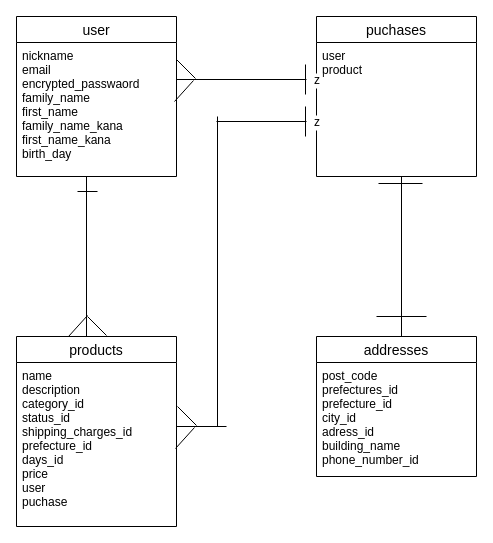
Before: firima.dio in Kawase-Ryo/furima-38243, a draw.io diagram. Source tidied: cells renumbered, new cells numbered last; positions are measured from the earlier drawing's top-left corner, leaving out a move shared by most shapes. Both pictures are drawn from the tidied source at 100%, with x=0, y=0 at pixel (16, 16).
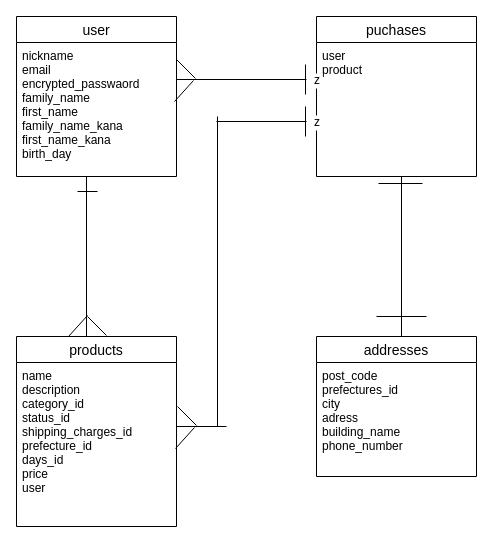
The same page after the edit.

Commit message (it also covers changes not shown here):
データベース設計-17

The change refers to these unchanged cells:
```xml
<mxCell id="6" value="products" style="swimlane;fontStyle=0;horizontal=1;startSize=26;align=center;fontSize=14;" parent="1" vertex="1">
  <mxGeometry y="320" width="160" height="190" as="geometry" />
</mxCell>
<mxCell id="20" value="addresses" style="swimlane;fontStyle=0;horizontal=1;startSize=26;align=center;fontSize=14;" parent="1" vertex="1">
  <mxGeometry x="300" y="320" width="160" height="140" as="geometry" />
</mxCell>
```

What changed in the source:
```diff
@@
-    <mxCell id="7" value="name&#10;description&#10;category_id&#10;status_id&#10;shipping_charges_id&#10;prefecture_id&#10;days_id&#10;price&#10;user&#10;puchase" style="text;strokeColor=none;fillColor=none;spacingLeft=4;spacingRight=4;overflow=hidden;fontSize=12;" parent="6" vertex="1">
+    <mxCell id="7" value="name&#10;description&#10;category_id&#10;status_id&#10;shipping_charges_id&#10;prefecture_id&#10;days_id&#10;price&#10;user" style="text;strokeColor=none;fillColor=none;spacingLeft=4;spacingRight=4;overflow=hidden;fontSize=12;" parent="6" vertex="1">
       <mxGeometry y="26" width="160" height="164" as="geometry" />
     </mxCell>
@@
-    <mxCell id="21" value="post_code&#10;prefectures_id&#10;prefecture_id&#10;city_id&#10;adress_id&#10;building_name&#10;phone_number_id" style="text;strokeColor=none;fillColor=none;spacingLeft=4;spacingRight=4;overflow=hidden;fontSize=12;" parent="20" vertex="1">
+    <mxCell id="21" value="post_code&#10;prefectures_id&#10;city&#10;adress&#10;building_name&#10;phone_number" style="text;strokeColor=none;fillColor=none;spacingLeft=4;spacingRight=4;overflow=hidden;fontSize=12;" parent="20" vertex="1">
       <mxGeometry y="26" width="160" height="114" as="geometry" />
     </mxCell>
```
